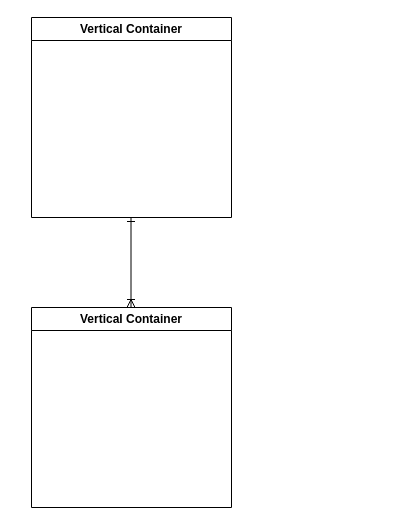
Earlier version of the draw.io diagram exercise123.drawio (angelikakasia/SQL). Source tidied: cells renumbered, new cells numbered last; positions are measured from the earlier drawing's top-left corner, leaving out a move shared by most shapes. Both pictures are drawn from the tidied source at 100%, with x=0, y=0 at pixel (31, 17).
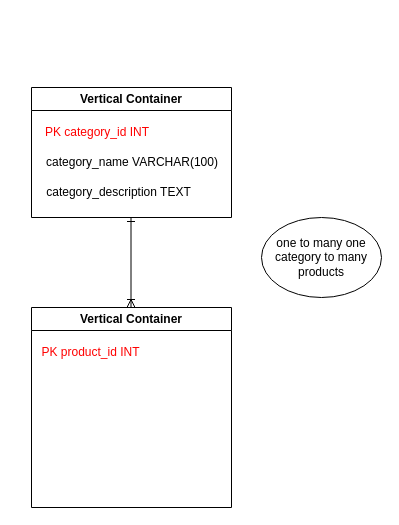
The same diagram, later.

What changed in the source:
```diff
@@
 <mxGraphModel>
   <root>
     <mxCell id="0" />
     <mxCell id="1" parent="0" />
     <mxCell id="2" value="Vertical Container" style="swimlane;whiteSpace=wrap;html=1;" parent="1" vertex="1">
-      <mxGeometry width="200" height="200" as="geometry" />
+      <mxGeometry y="70" width="200" height="130" as="geometry" />
     </mxCell>
+    <mxCell id="5" value="&lt;span style=&quot;color: light-dark(rgb(255, 0, 0), rgb(237, 237, 237));&quot;&gt;PK category_id INT&lt;/span&gt;" style="text;html=1;align=center;verticalAlign=middle;whiteSpace=wrap;rounded=0;" parent="2" vertex="1">
+      <mxGeometry x="-14" y="30" width="160" height="30" as="geometry" />
+    </mxCell>
+    <mxCell id="6" value="category_name VARCHAR(100)" style="text;html=1;align=center;verticalAlign=middle;whiteSpace=wrap;rounded=0;" parent="2" vertex="1">
+      <mxGeometry x="11" y="60" width="180" height="30" as="geometry" />
+    </mxCell>
+    <mxCell id="7" value="category_description TEXT" style="text;html=1;align=center;verticalAlign=middle;whiteSpace=wrap;rounded=0;" parent="2" vertex="1">
+      <mxGeometry x="7" y="90" width="161" height="30" as="geometry" />
+    </mxCell>
     <mxCell id="3" value="Vertical Container" style="swimlane;whiteSpace=wrap;html=1;" parent="1" vertex="1">
       <mxGeometry y="290" width="200" height="200" as="geometry" />
     </mxCell>
+    <mxCell id="8" value="&lt;span style=&quot;color: light-dark(rgb(255, 0, 0), rgb(237, 237, 237));&quot;&gt;PK product_id INT&lt;/span&gt;" style="text;html=1;align=center;verticalAlign=middle;whiteSpace=wrap;rounded=0;" parent="3" vertex="1">
+      <mxGeometry x="-10" y="30" width="139" height="30" as="geometry" />
+    </mxCell>
     <mxCell id="4" style="endArrow=ERoneToMany;html=1;rounded=0;startArrow=ERone;startFill=0;endFill=0;" parent="1" edge="1">
       <mxGeometry relative="1" as="geometry">
         <mxPoint x="99.5" y="200" as="sourcePoint" />
         <mxPoint x="99.5" y="290" as="targetPoint" />
       </mxGeometry>
     </mxCell>
+    <mxCell id="9" value="one to many one category to many products" style="ellipse;whiteSpace=wrap;html=1;" parent="1" vertex="1">
+      <mxGeometry x="230" y="200" width="120" height="80" as="geometry" />
+    </mxCell>
   </root>
 </mxGraphModel>
```
